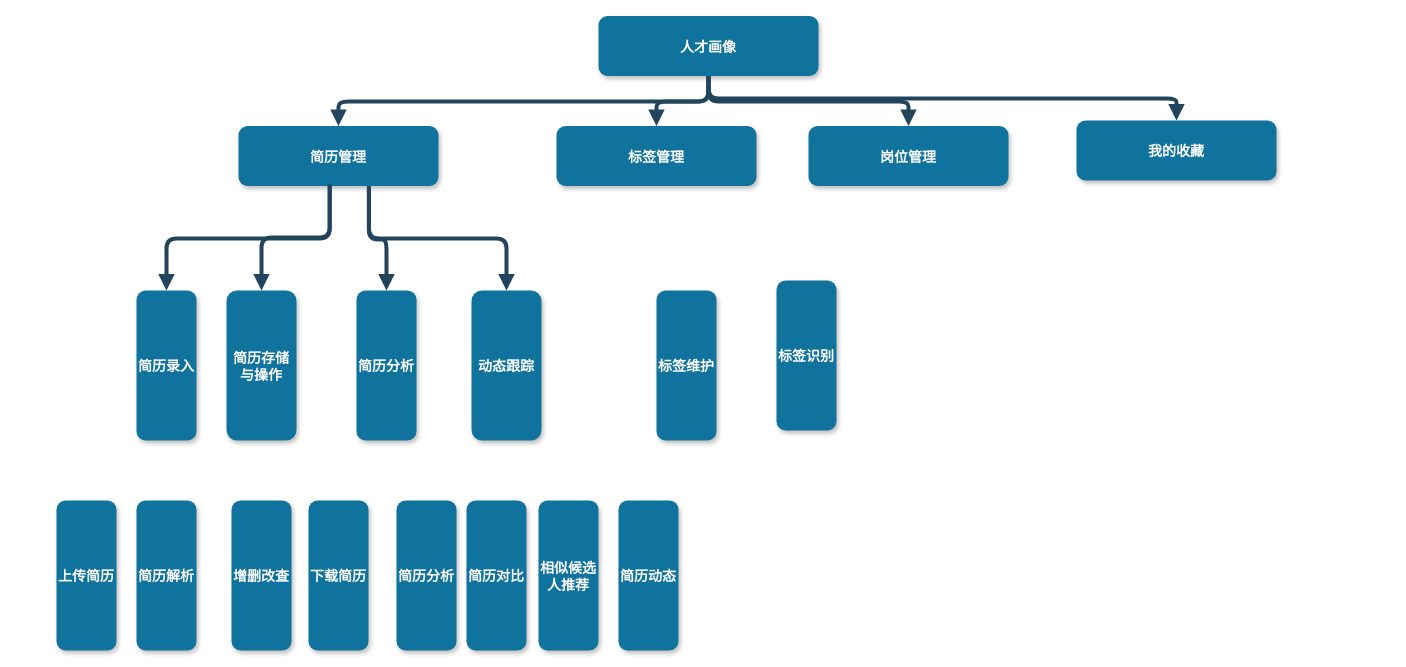
This is 未命名绘图.drawio from beyondgogogo/Graph, a draw.io file, before an edit. Source tidied: cells renumbered, new cells numbered last; positions are measured from the earlier drawing's top-left corner, leaving out a move shared by most shapes. Both pictures are drawn from the tidied source at 100%, with x=0, y=0 at pixel (56, 16).
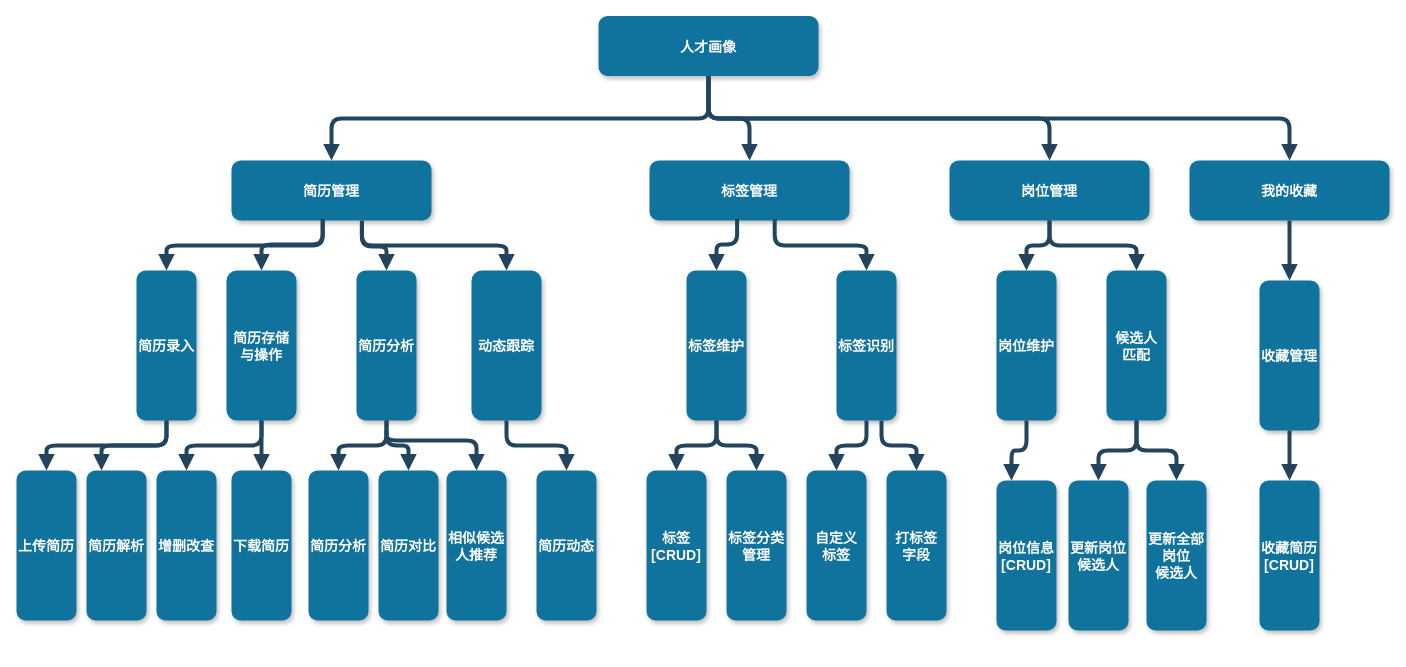
Above is the later version.

Commit message (it also covers changes not shown here):
更新未命名绘图.drawio

Diff of the diagram source:
```diff
@@
     <mxCell id="3" value="简历管理" style="rounded=1;fillColor=#10739E;strokeColor=none;shadow=1;gradientColor=none;fontStyle=1;fontColor=#FFFFFF;fontSize=14;" parent="1" vertex="1">
-      <mxGeometry x="182" y="109.5" width="200" height="60" as="geometry" />
+      <mxGeometry x="175" y="144" width="200" height="60" as="geometry" />
     </mxCell>
     <mxCell id="4" value="标签管理" style="rounded=1;fillColor=#10739E;strokeColor=none;shadow=1;gradientColor=none;fontStyle=1;fontColor=#FFFFFF;fontSize=14;" parent="1" vertex="1">
-      <mxGeometry x="500" y="109.5" width="200" height="60" as="geometry" />
+      <mxGeometry x="593" y="144" width="200" height="60" as="geometry" />
     </mxCell>
     <mxCell id="5" value="岗位管理" style="rounded=1;fillColor=#10739E;strokeColor=none;shadow=1;gradientColor=none;fontStyle=1;fontColor=#FFFFFF;fontSize=14;" parent="1" vertex="1">
-      <mxGeometry x="752" y="109.5" width="200" height="60" as="geometry" />
+      <mxGeometry x="893" y="144" width="200" height="60" as="geometry" />
     </mxCell>
@@
     <mxCell id="9" value="我的收藏" style="rounded=1;fillColor=#10739E;strokeColor=none;shadow=1;gradientColor=none;fontStyle=1;fontColor=#FFFFFF;fontSize=14;" parent="1" vertex="1">
-      <mxGeometry x="1020" y="104" width="200" height="60" as="geometry" />
+      <mxGeometry x="1133" y="144" width="200" height="60" as="geometry" />
     </mxCell>
@@
     <mxCell id="11" value="简历录入" style="rounded=1;fillColor=#10739E;strokeColor=none;shadow=1;gradientColor=none;fontStyle=1;fontColor=#FFFFFF;fontSize=14;" parent="1" vertex="1">
-      <mxGeometry x="80" y="274" width="60" height="150" as="geometry" />
+      <mxGeometry x="80" y="254" width="60" height="150" as="geometry" />
     </mxCell>
     <mxCell id="12" value="简历存储&#10;与操作" style="rounded=1;fillColor=#10739E;strokeColor=none;shadow=1;gradientColor=none;fontStyle=1;fontColor=#FFFFFF;fontSize=14;" parent="1" vertex="1">
-      <mxGeometry x="170" y="274" width="70" height="150" as="geometry" />
+      <mxGeometry x="170" y="254" width="70" height="150" as="geometry" />
     </mxCell>
     <mxCell id="13" value="简历分析" style="rounded=1;fillColor=#10739E;strokeColor=none;shadow=1;gradientColor=none;fontStyle=1;fontColor=#FFFFFF;fontSize=14;" parent="1" vertex="1">
-      <mxGeometry x="300" y="274" width="60" height="150" as="geometry" />
+      <mxGeometry x="300" y="254" width="60" height="150" as="geometry" />
     </mxCell>
     <mxCell id="14" value="动态跟踪" style="rounded=1;fillColor=#10739E;strokeColor=none;shadow=1;gradientColor=none;fontStyle=1;fontColor=#FFFFFF;fontSize=14;" parent="1" vertex="1">
-      <mxGeometry x="415" y="274" width="70" height="150" as="geometry" />
+      <mxGeometry x="415" y="254" width="70" height="150" as="geometry" />
     </mxCell>
@@
     <mxCell id="19" value="上传简历" style="rounded=1;fillColor=#10739E;strokeColor=none;shadow=1;gradientColor=none;fontStyle=1;fontColor=#FFFFFF;fontSize=14;" parent="1" vertex="1">
-      <mxGeometry y="484" width="60" height="150" as="geometry" />
+      <mxGeometry x="-40" y="454" width="60" height="150" as="geometry" />
     </mxCell>
     <mxCell id="20" value="简历解析" style="rounded=1;fillColor=#10739E;strokeColor=none;shadow=1;gradientColor=none;fontStyle=1;fontColor=#FFFFFF;fontSize=14;" parent="1" vertex="1">
-      <mxGeometry x="80" y="484" width="60" height="150" as="geometry" />
+      <mxGeometry x="30" y="454" width="60" height="150" as="geometry" />
     </mxCell>
     <mxCell id="21" value="增删改查" style="rounded=1;fillColor=#10739E;strokeColor=none;shadow=1;gradientColor=none;fontStyle=1;fontColor=#FFFFFF;fontSize=14;" parent="1" vertex="1">
-      <mxGeometry x="175" y="484" width="60" height="150" as="geometry" />
+      <mxGeometry x="100" y="454" width="60" height="150" as="geometry" />
     </mxCell>
     <mxCell id="22" value="下载简历" style="rounded=1;fillColor=#10739E;strokeColor=none;shadow=1;gradientColor=none;fontStyle=1;fontColor=#FFFFFF;fontSize=14;" parent="1" vertex="1">
-      <mxGeometry x="252" y="484" width="60" height="150" as="geometry" />
+      <mxGeometry x="175" y="454" width="60" height="150" as="geometry" />
     </mxCell>
     <mxCell id="23" value="简历分析" style="rounded=1;fillColor=#10739E;strokeColor=none;shadow=1;gradientColor=none;fontStyle=1;fontColor=#FFFFFF;fontSize=14;" parent="1" vertex="1">
-      <mxGeometry x="340" y="484" width="60" height="150" as="geometry" />
+      <mxGeometry x="252" y="454" width="60" height="150" as="geometry" />
     </mxCell>
     <mxCell id="24" value="简历对比" style="rounded=1;fillColor=#10739E;strokeColor=none;shadow=1;gradientColor=none;fontStyle=1;fontColor=#FFFFFF;fontSize=14;" parent="1" vertex="1">
-      <mxGeometry x="410" y="484" width="60" height="150" as="geometry" />
+      <mxGeometry x="322" y="454" width="60" height="150" as="geometry" />
     </mxCell>
     <mxCell id="25" value="相似候选&#10;人推荐" style="rounded=1;fillColor=#10739E;strokeColor=none;shadow=1;gradientColor=none;fontStyle=1;fontColor=#FFFFFF;fontSize=14;" parent="1" vertex="1">
-      <mxGeometry x="482" y="484" width="60" height="150" as="geometry" />
+      <mxGeometry x="390" y="454" width="60" height="150" as="geometry" />
     </mxCell>
     <mxCell id="26" value="简历动态" style="rounded=1;fillColor=#10739E;strokeColor=none;shadow=1;gradientColor=none;fontStyle=1;fontColor=#FFFFFF;fontSize=14;" parent="1" vertex="1">
-      <mxGeometry x="562" y="484" width="60" height="150" as="geometry" />
+      <mxGeometry x="480" y="454" width="60" height="150" as="geometry" />
     </mxCell>
     <mxCell id="27" value="标签维护" style="rounded=1;fillColor=#10739E;strokeColor=none;shadow=1;gradientColor=none;fontStyle=1;fontColor=#FFFFFF;fontSize=14;" parent="1" vertex="1">
-      <mxGeometry x="600" y="274" width="60" height="150" as="geometry" />
+      <mxGeometry x="630" y="254" width="60" height="150" as="geometry" />
     </mxCell>
     <mxCell id="28" value="标签识别" style="rounded=1;fillColor=#10739E;strokeColor=none;shadow=1;gradientColor=none;fontStyle=1;fontColor=#FFFFFF;fontSize=14;" parent="1" vertex="1">
-      <mxGeometry x="720" y="264" width="60" height="150" as="geometry" />
+      <mxGeometry x="780" y="254" width="60" height="150" as="geometry" />
     </mxCell>
+    <mxCell id="29" value="标签&#10;[CRUD]" style="rounded=1;fillColor=#10739E;strokeColor=none;shadow=1;gradientColor=none;fontStyle=1;fontColor=#FFFFFF;fontSize=14;" parent="1" vertex="1">
+      <mxGeometry x="590" y="454" width="60" height="150" as="geometry" />
+    </mxCell>
+    <mxCell id="30" value="标签分类&#10;管理" style="rounded=1;fillColor=#10739E;strokeColor=none;shadow=1;gradientColor=none;fontStyle=1;fontColor=#FFFFFF;fontSize=14;" parent="1" vertex="1">
+      <mxGeometry x="670" y="454" width="60" height="150" as="geometry" />
+    </mxCell>
+    <mxCell id="31" value="自定义&#10;标签" style="rounded=1;fillColor=#10739E;strokeColor=none;shadow=1;gradientColor=none;fontStyle=1;fontColor=#FFFFFF;fontSize=14;" parent="1" vertex="1">
+      <mxGeometry x="750" y="454" width="60" height="150" as="geometry" />
+    </mxCell>
+    <mxCell id="32" value="打标签&#10;字段" style="rounded=1;fillColor=#10739E;strokeColor=none;shadow=1;gradientColor=none;fontStyle=1;fontColor=#FFFFFF;fontSize=14;" parent="1" vertex="1">
+      <mxGeometry x="830" y="454" width="60" height="150" as="geometry" />
+    </mxCell>
+    <mxCell id="33" value="岗位维护" style="rounded=1;fillColor=#10739E;strokeColor=none;shadow=1;gradientColor=none;fontStyle=1;fontColor=#FFFFFF;fontSize=14;" parent="1" vertex="1">
+      <mxGeometry x="940" y="254" width="60" height="150" as="geometry" />
+    </mxCell>
+    <mxCell id="34" value="候选人&#10;匹配" style="rounded=1;fillColor=#10739E;strokeColor=none;shadow=1;gradientColor=none;fontStyle=1;fontColor=#FFFFFF;fontSize=14;" parent="1" vertex="1">
+      <mxGeometry x="1050" y="254" width="60" height="150" as="geometry" />
+    </mxCell>
+    <mxCell id="35" value="岗位信息&#10;[CRUD]" style="rounded=1;fillColor=#10739E;strokeColor=none;shadow=1;gradientColor=none;fontStyle=1;fontColor=#FFFFFF;fontSize=14;" parent="1" vertex="1">
+      <mxGeometry x="940" y="464" width="60" height="150" as="geometry" />
+    </mxCell>
+    <mxCell id="36" value="更新岗位&#10;候选人" style="rounded=1;fillColor=#10739E;strokeColor=none;shadow=1;gradientColor=none;fontStyle=1;fontColor=#FFFFFF;fontSize=14;" parent="1" vertex="1">
+      <mxGeometry x="1012" y="464" width="60" height="150" as="geometry" />
+    </mxCell>
+    <mxCell id="37" value="收藏管理" style="rounded=1;fillColor=#10739E;strokeColor=none;shadow=1;gradientColor=none;fontStyle=1;fontColor=#FFFFFF;fontSize=14;" parent="1" vertex="1">
+      <mxGeometry x="1203" y="264" width="60" height="150" as="geometry" />
+    </mxCell>
+    <mxCell id="38" value="收藏简历&#10;[CRUD]" style="rounded=1;fillColor=#10739E;strokeColor=none;shadow=1;gradientColor=none;fontStyle=1;fontColor=#FFFFFF;fontSize=14;" parent="1" vertex="1">
+      <mxGeometry x="1203" y="464" width="60" height="150" as="geometry" />
+    </mxCell>
+    <mxCell id="39" value="更新全部&#10;岗位&#10;候选人" style="rounded=1;fillColor=#10739E;strokeColor=none;shadow=1;gradientColor=none;fontStyle=1;fontColor=#FFFFFF;fontSize=14;" parent="1" vertex="1">
+      <mxGeometry x="1090" y="464" width="60" height="150" as="geometry" />
+    </mxCell>
+    <mxCell id="40" style="edgeStyle=elbowEdgeStyle;elbow=vertical;strokeWidth=4;endArrow=block;endFill=1;fontStyle=1;strokeColor=#23445D;entryX=0.5;entryY=0;entryDx=0;entryDy=0;exitX=0.5;exitY=1;exitDx=0;exitDy=0;" parent="1" edge="1" source="11" target="19">
+      <mxGeometry x="62" y="195.5" as="geometry" />
+    </mxCell>
+    <mxCell id="41" style="edgeStyle=elbowEdgeStyle;elbow=vertical;strokeWidth=4;endArrow=block;endFill=1;fontStyle=1;strokeColor=#23445D;entryX=0.25;entryY=0;entryDx=0;entryDy=0;exitX=0.5;exitY=1;exitDx=0;exitDy=0;" parent="1" edge="1" source="11" target="20">
+      <mxGeometry x="62" y="195.5" as="geometry" />
+    </mxCell>
+    <mxCell id="42" style="edgeStyle=elbowEdgeStyle;elbow=vertical;strokeWidth=4;endArrow=block;endFill=1;fontStyle=1;strokeColor=#23445D;entryX=0.5;entryY=0;entryDx=0;entryDy=0;exitX=0.5;exitY=1;exitDx=0;exitDy=0;" parent="1" edge="1" source="12" target="21">
+      <mxGeometry x="62" y="195.5" as="geometry" />
+    </mxCell>
+    <mxCell id="43" style="edgeStyle=elbowEdgeStyle;elbow=vertical;strokeWidth=4;endArrow=block;endFill=1;fontStyle=1;strokeColor=#23445D;entryX=0.5;entryY=0;entryDx=0;entryDy=0;exitX=0.5;exitY=1;exitDx=0;exitDy=0;" parent="1" edge="1" source="12" target="22">
+      <mxGeometry x="62" y="195.5" as="geometry" />
+    </mxCell>
+    <mxCell id="44" style="edgeStyle=elbowEdgeStyle;elbow=vertical;strokeWidth=4;endArrow=block;endFill=1;fontStyle=1;strokeColor=#23445D;exitX=0.5;exitY=1;exitDx=0;exitDy=0;" parent="1" edge="1" source="13" target="23">
+      <mxGeometry x="62" y="195.5" as="geometry" />
+    </mxCell>
+    <mxCell id="45" style="edgeStyle=elbowEdgeStyle;elbow=vertical;strokeWidth=4;endArrow=block;endFill=1;fontStyle=1;strokeColor=#23445D;" parent="1" edge="1" target="24">
+      <mxGeometry x="62" y="195.5" as="geometry">
+        <mxPoint x="330" y="404" as="sourcePoint" />
+      </mxGeometry>
+    </mxCell>
+    <mxCell id="46" style="edgeStyle=elbowEdgeStyle;elbow=vertical;strokeWidth=4;endArrow=block;endFill=1;fontStyle=1;strokeColor=#23445D;" parent="1" edge="1" target="25">
+      <mxGeometry x="62" y="195.5" as="geometry">
+        <mxPoint x="330" y="414" as="sourcePoint" />
+        <Array as="points">
+          <mxPoint x="380" y="424" />
+        </Array>
+      </mxGeometry>
+    </mxCell>
+    <mxCell id="47" style="edgeStyle=elbowEdgeStyle;elbow=vertical;strokeWidth=4;endArrow=block;endFill=1;fontStyle=1;strokeColor=#23445D;exitX=0.5;exitY=1;exitDx=0;exitDy=0;" parent="1" edge="1" source="14" target="26">
+      <mxGeometry x="62" y="195.5" as="geometry" />
+    </mxCell>
+    <mxCell id="48" style="edgeStyle=elbowEdgeStyle;elbow=vertical;strokeWidth=4;endArrow=block;endFill=1;fontStyle=1;strokeColor=#23445D;entryX=0.5;entryY=0;entryDx=0;entryDy=0;exitX=0.438;exitY=0.969;exitDx=0;exitDy=0;exitPerimeter=0;" parent="1" edge="1" source="4" target="27">
+      <mxGeometry x="62" y="195.5" as="geometry" />
+    </mxCell>
+    <mxCell id="49" style="edgeStyle=elbowEdgeStyle;elbow=vertical;strokeWidth=4;endArrow=block;endFill=1;fontStyle=1;strokeColor=#23445D;entryX=0.5;entryY=0;entryDx=0;entryDy=0;exitX=0.626;exitY=0.985;exitDx=0;exitDy=0;exitPerimeter=0;" parent="1" edge="1" source="4" target="28">
+      <mxGeometry x="62" y="195.5" as="geometry" />
+    </mxCell>
+    <mxCell id="50" style="edgeStyle=elbowEdgeStyle;elbow=vertical;strokeWidth=4;endArrow=block;endFill=1;fontStyle=1;strokeColor=#23445D;entryX=0.5;entryY=0;entryDx=0;entryDy=0;exitX=0.5;exitY=1;exitDx=0;exitDy=0;" parent="1" edge="1" source="27" target="29">
+      <mxGeometry x="62" y="195.5" as="geometry" />
+    </mxCell>
+    <mxCell id="51" style="edgeStyle=elbowEdgeStyle;elbow=vertical;strokeWidth=4;endArrow=block;endFill=1;fontStyle=1;strokeColor=#23445D;entryX=0.5;entryY=0;entryDx=0;entryDy=0;exitX=0.5;exitY=1;exitDx=0;exitDy=0;" parent="1" edge="1" source="27" target="30">
+      <mxGeometry x="62" y="195.5" as="geometry" />
+    </mxCell>
+    <mxCell id="52" style="edgeStyle=elbowEdgeStyle;elbow=vertical;strokeWidth=4;endArrow=block;endFill=1;fontStyle=1;strokeColor=#23445D;entryX=0.5;entryY=0;entryDx=0;entryDy=0;exitX=0.5;exitY=1;exitDx=0;exitDy=0;" parent="1" edge="1" source="28" target="31">
+      <mxGeometry x="62" y="195.5" as="geometry" />
+    </mxCell>
+    <mxCell id="53" style="edgeStyle=elbowEdgeStyle;elbow=vertical;strokeWidth=4;endArrow=block;endFill=1;fontStyle=1;strokeColor=#23445D;exitX=0.75;exitY=1;exitDx=0;exitDy=0;" parent="1" edge="1" source="28" target="32">
+      <mxGeometry x="62" y="195.5" as="geometry" />
+    </mxCell>
+    <mxCell id="54" style="edgeStyle=elbowEdgeStyle;elbow=vertical;strokeWidth=4;endArrow=block;endFill=1;fontStyle=1;strokeColor=#23445D;entryX=0.25;entryY=0;entryDx=0;entryDy=0;exitX=0.5;exitY=1;exitDx=0;exitDy=0;" parent="1" edge="1" source="33" target="35">
+      <mxGeometry x="62" y="195.5" as="geometry" />
+    </mxCell>
+    <mxCell id="55" style="edgeStyle=elbowEdgeStyle;elbow=vertical;strokeWidth=4;endArrow=block;endFill=1;fontStyle=1;strokeColor=#23445D;entryX=0.5;entryY=0;entryDx=0;entryDy=0;exitX=0.5;exitY=1;exitDx=0;exitDy=0;" parent="1" edge="1" source="34" target="36">
+      <mxGeometry x="62" y="195.5" as="geometry" />
+    </mxCell>
+    <mxCell id="56" style="edgeStyle=elbowEdgeStyle;elbow=vertical;strokeWidth=4;endArrow=block;endFill=1;fontStyle=1;strokeColor=#23445D;entryX=0.5;entryY=0;entryDx=0;entryDy=0;exitX=0.5;exitY=1;exitDx=0;exitDy=0;" parent="1" edge="1" source="34" target="39">
+      <mxGeometry x="62" y="195.5" as="geometry" />
+    </mxCell>
+    <mxCell id="57" style="edgeStyle=elbowEdgeStyle;elbow=vertical;strokeWidth=4;endArrow=block;endFill=1;fontStyle=1;strokeColor=#23445D;entryX=0.5;entryY=0;entryDx=0;entryDy=0;" parent="1" edge="1" source="5" target="33">
+      <mxGeometry x="62" y="195.5" as="geometry" />
+    </mxCell>
+    <mxCell id="58" style="edgeStyle=elbowEdgeStyle;elbow=vertical;strokeWidth=4;endArrow=block;endFill=1;fontStyle=1;strokeColor=#23445D;entryX=0.5;entryY=0;entryDx=0;entryDy=0;exitX=0.5;exitY=1;exitDx=0;exitDy=0;" parent="1" edge="1" source="5" target="34">
+      <mxGeometry x="62" y="195.5" as="geometry" />
+    </mxCell>
+    <mxCell id="59" style="edgeStyle=elbowEdgeStyle;elbow=vertical;strokeWidth=4;endArrow=block;endFill=1;fontStyle=1;strokeColor=#23445D;entryX=0.5;entryY=0;entryDx=0;entryDy=0;exitX=0.5;exitY=1;exitDx=0;exitDy=0;" parent="1" edge="1" source="9" target="37">
+      <mxGeometry x="62" y="195.5" as="geometry" />
+    </mxCell>
+    <mxCell id="60" style="edgeStyle=elbowEdgeStyle;elbow=vertical;strokeWidth=4;endArrow=block;endFill=1;fontStyle=1;strokeColor=#23445D;entryX=0.5;entryY=0;entryDx=0;entryDy=0;exitX=0.5;exitY=1;exitDx=0;exitDy=0;" parent="1" edge="1" source="37" target="38">
+      <mxGeometry x="62" y="195.5" as="geometry" />
+    </mxCell>
```
